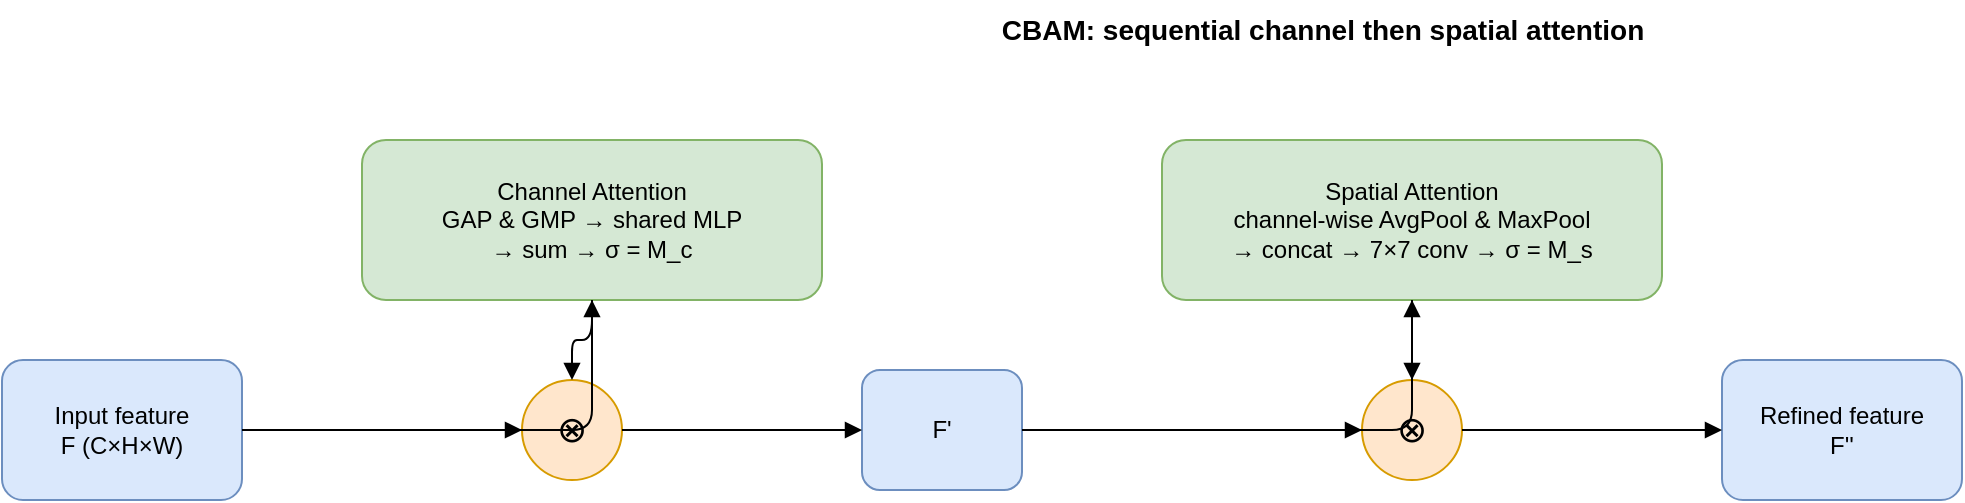
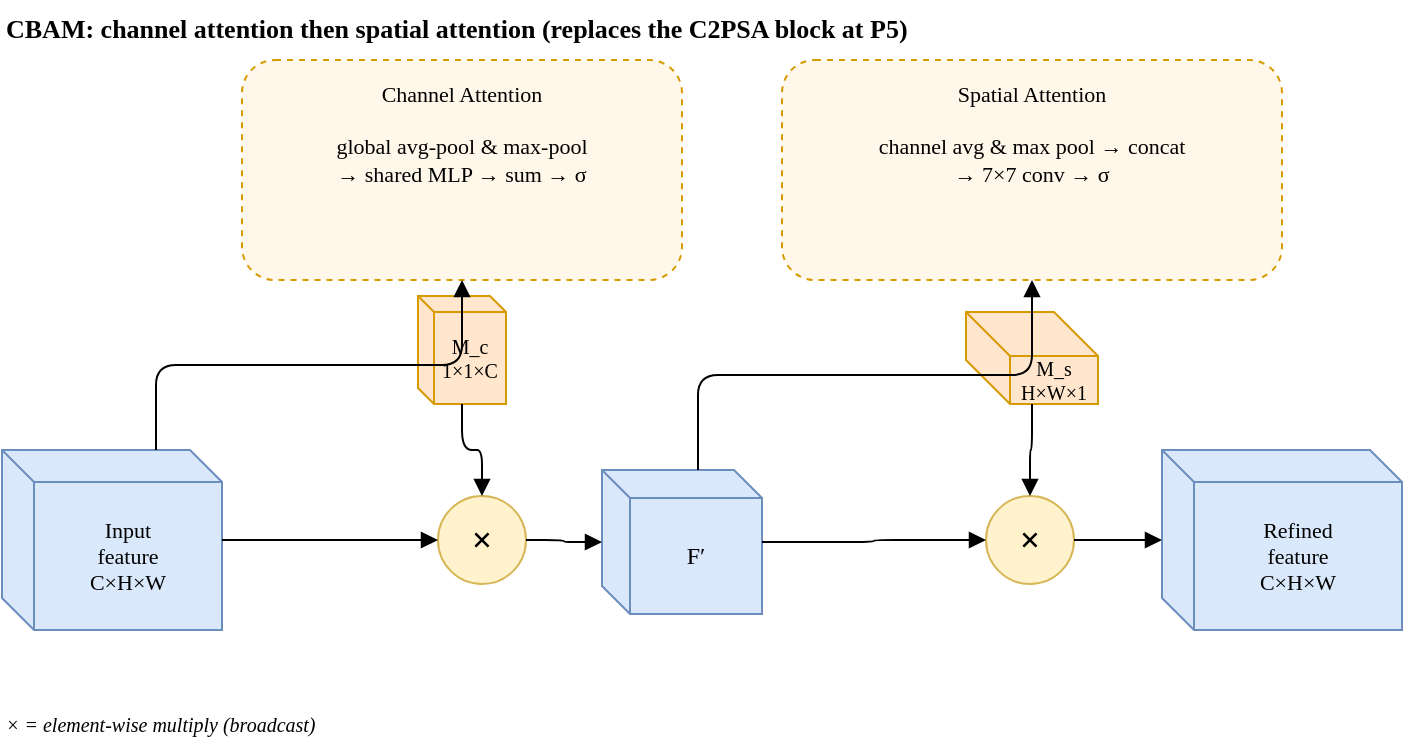
<mxfile host="app.diagrams.net" type="device">
-   <diagram name="CBAM" id="cbam">
-     <mxGraphModel dx="1000" dy="640" grid="1" gridSize="10" guides="1" arrows="1" fold="1" page="1" pageWidth="1400" pageHeight="520" math="0">
+   <diagram name="CBAM module" id="cbam-mod">
+     <mxGraphModel dx="1000" dy="600" grid="1" gridSize="10" guides="1" tooltips="1" connect="1" arrows="1" fold="1" page="1" pageScale="1" pageWidth="960" pageHeight="440" math="0" shadow="0">
      <root>
-         <mxCell id="0"/>
-         <mxCell id="1" parent="0"/>
-         <mxCell id="t" value="CBAM: sequential channel then spatial attention" style="text;html=1;fontSize=14;fontStyle=1;align=center;" vertex="1" parent="1"><mxGeometry x="380" y="20" width="640" height="26" as="geometry"/></mxCell>
+         <mxCell id="0" />
+         <mxCell id="1" parent="0" />

-         <mxCell id="F" value="Input feature&#10;F (C&#215;H&#215;W)" style="rounded=1;whiteSpace=wrap;html=1;fillColor=#dae8fc;strokeColor=#6c8ebf;" vertex="1" parent="1"><mxGeometry x="40" y="200" width="120" height="70" as="geometry"/></mxCell>
+         <mxCell id="ttl" value="CBAM: channel attention then spatial attention (replaces the C2PSA block at P5)" style="text;html=1;fontFamily=Times New Roman;fontSize=13;fontStyle=1;align=left;" vertex="1" parent="1"><mxGeometry x="30" y="10" width="700" height="24" as="geometry" /></mxCell>

-         <mxCell id="CA" value="Channel Attention&#10;GAP &amp; GMP &#8594; shared MLP&#10;&#8594; sum &#8594; &#963;  =  M_c" style="rounded=1;whiteSpace=wrap;html=1;fillColor=#d5e8d4;strokeColor=#82b366;" vertex="1" parent="1"><mxGeometry x="220" y="90" width="230" height="80" as="geometry"/></mxCell>
-         <mxCell id="m1" value="&#8855;" style="ellipse;whiteSpace=wrap;html=1;fillColor=#ffe6cc;strokeColor=#d79b00;fontSize=18;" vertex="1" parent="1"><mxGeometry x="300" y="210" width="50" height="50" as="geometry"/></mxCell>
-         <mxCell id="Fp" value="F'" style="rounded=1;whiteSpace=wrap;html=1;fillColor=#dae8fc;strokeColor=#6c8ebf;" vertex="1" parent="1"><mxGeometry x="470" y="205" width="80" height="60" as="geometry"/></mxCell>
+         <!-- Channel attention (top-left) -->
+         <mxCell id="ca" value="Channel Attention&#10;&#10;global avg-pool &amp; max-pool&#10;&#8594; shared MLP &#8594; sum &#8594; &#963;" style="rounded=1;whiteSpace=wrap;html=1;dashed=1;fillColor=#fff7ea;strokeColor=#d79b00;fontFamily=Times New Roman;fontSize=11;verticalAlign=top;spacingTop=4;" vertex="1" parent="1"><mxGeometry x="150" y="40" width="220" height="110" as="geometry" /></mxCell>
+         <mxCell id="mc" value="M_c&#10;1&#215;1&#215;C" style="shape=cube;whiteSpace=wrap;html=1;boundedLbl=1;backgroundOutline=1;size=8;fillColor=#ffe6cc;strokeColor=#d79b00;fontFamily=Times New Roman;fontSize=10;" vertex="1" parent="1"><mxGeometry x="238" y="158" width="44" height="54" as="geometry" /></mxCell>

-         <mxCell id="SA" value="Spatial Attention&#10;channel-wise AvgPool &amp; MaxPool&#10;&#8594; concat &#8594; 7&#215;7 conv &#8594; &#963;  =  M_s" style="rounded=1;whiteSpace=wrap;html=1;fillColor=#d5e8d4;strokeColor=#82b366;" vertex="1" parent="1"><mxGeometry x="620" y="90" width="250" height="80" as="geometry"/></mxCell>
-         <mxCell id="m2" value="&#8855;" style="ellipse;whiteSpace=wrap;html=1;fillColor=#ffe6cc;strokeColor=#d79b00;fontSize=18;" vertex="1" parent="1"><mxGeometry x="720" y="210" width="50" height="50" as="geometry"/></mxCell>
-         <mxCell id="Fpp" value="Refined feature&#10;F''" style="rounded=1;whiteSpace=wrap;html=1;fillColor=#dae8fc;strokeColor=#6c8ebf;" vertex="1" parent="1"><mxGeometry x="900" y="200" width="120" height="70" as="geometry"/></mxCell>
+         <!-- Spatial attention (top-right) -->
+         <mxCell id="sa" value="Spatial Attention&#10;&#10;channel avg &amp; max pool &#8594; concat&#10;&#8594; 7&#215;7 conv &#8594; &#963;" style="rounded=1;whiteSpace=wrap;html=1;dashed=1;fillColor=#fff7ea;strokeColor=#d79b00;fontFamily=Times New Roman;fontSize=11;verticalAlign=top;spacingTop=4;" vertex="1" parent="1"><mxGeometry x="420" y="40" width="250" height="110" as="geometry" /></mxCell>
+         <mxCell id="ms" value="M_s&#10;H&#215;W&#215;1" style="shape=cube;whiteSpace=wrap;html=1;boundedLbl=1;backgroundOutline=1;size=22;fillColor=#ffe6cc;strokeColor=#d79b00;fontFamily=Times New Roman;fontSize=10;" vertex="1" parent="1"><mxGeometry x="512" y="166" width="66" height="46" as="geometry" /></mxCell>

-         <mxCell id="e1" style="html=1;endArrow=block;edgeStyle=orthogonalEdgeStyle;" edge="1" parent="1" source="F" target="m1"><mxGeometry relative="1" as="geometry"/></mxCell>
-         <mxCell id="e2" style="html=1;endArrow=block;edgeStyle=orthogonalEdgeStyle;" edge="1" parent="1" source="F" target="CA"><mxGeometry relative="1" as="geometry"/></mxCell>
-         <mxCell id="e3" style="html=1;endArrow=block;edgeStyle=orthogonalEdgeStyle;" edge="1" parent="1" source="CA" target="m1"><mxGeometry relative="1" as="geometry"/></mxCell>
-         <mxCell id="e4" style="html=1;endArrow=block;edgeStyle=orthogonalEdgeStyle;" edge="1" parent="1" source="m1" target="Fp"><mxGeometry relative="1" as="geometry"/></mxCell>
-         <mxCell id="e5" style="html=1;endArrow=block;edgeStyle=orthogonalEdgeStyle;" edge="1" parent="1" source="Fp" target="m2"><mxGeometry relative="1" as="geometry"/></mxCell>
-         <mxCell id="e6" style="html=1;endArrow=block;edgeStyle=orthogonalEdgeStyle;" edge="1" parent="1" source="Fp" target="SA"><mxGeometry relative="1" as="geometry"/></mxCell>
-         <mxCell id="e7" style="html=1;endArrow=block;edgeStyle=orthogonalEdgeStyle;" edge="1" parent="1" source="SA" target="m2"><mxGeometry relative="1" as="geometry"/></mxCell>
-         <mxCell id="e8" style="html=1;endArrow=block;edgeStyle=orthogonalEdgeStyle;" edge="1" parent="1" source="m2" target="Fpp"><mxGeometry relative="1" as="geometry"/></mxCell>
+         <!-- Main row -->
+         <mxCell id="F" value="Input&#10;feature&#10;C&#215;H&#215;W" style="shape=cube;whiteSpace=wrap;html=1;boundedLbl=1;backgroundOutline=1;size=16;fillColor=#dae8fc;strokeColor=#6c8ebf;fontFamily=Times New Roman;fontSize=11;" vertex="1" parent="1"><mxGeometry x="30" y="235" width="110" height="90" as="geometry" /></mxCell>
+         <mxCell id="x1" value="&#215;" style="ellipse;whiteSpace=wrap;html=1;fillColor=#fff2cc;strokeColor=#d6b656;fontFamily=Times New Roman;fontSize=18;fontStyle=1;" vertex="1" parent="1"><mxGeometry x="248" y="258" width="44" height="44" as="geometry" /></mxCell>
+         <mxCell id="Fp" value="F&#8242;" style="shape=cube;whiteSpace=wrap;html=1;boundedLbl=1;backgroundOutline=1;size=14;fillColor=#dae8fc;strokeColor=#6c8ebf;fontFamily=Times New Roman;fontSize=12;" vertex="1" parent="1"><mxGeometry x="330" y="245" width="80" height="72" as="geometry" /></mxCell>
+         <mxCell id="x2" value="&#215;" style="ellipse;whiteSpace=wrap;html=1;fillColor=#fff2cc;strokeColor=#d6b656;fontFamily=Times New Roman;fontSize=18;fontStyle=1;" vertex="1" parent="1"><mxGeometry x="522" y="258" width="44" height="44" as="geometry" /></mxCell>
+         <mxCell id="Fpp" value="Refined&#10;feature&#10;C&#215;H&#215;W" style="shape=cube;whiteSpace=wrap;html=1;boundedLbl=1;backgroundOutline=1;size=16;fillColor=#dae8fc;strokeColor=#6c8ebf;fontFamily=Times New Roman;fontSize=11;" vertex="1" parent="1"><mxGeometry x="610" y="235" width="120" height="90" as="geometry" /></mxCell>
+ 
+         <mxCell id="lgx" value="&#215;  =  element-wise multiply (broadcast)" style="text;html=1;fontFamily=Times New Roman;fontSize=10;fontStyle=2;align=left;" vertex="1" parent="1"><mxGeometry x="30" y="360" width="320" height="16" as="geometry" /></mxCell>
+ 
+         <!-- edges -->
+         <mxCell id="e1" style="edgeStyle=orthogonalEdgeStyle;html=1;endArrow=block;exitX=1;exitY=0.5;entryX=0;entryY=0.5;" edge="1" parent="1" source="F" target="x1"><mxGeometry relative="1" as="geometry" /></mxCell>
+         <mxCell id="e2" style="edgeStyle=orthogonalEdgeStyle;html=1;endArrow=block;exitX=0.7;exitY=0;entryX=0.5;entryY=1;" edge="1" parent="1" source="F" target="ca"><mxGeometry relative="1" as="geometry" /></mxCell>
+         <mxCell id="e3" style="edgeStyle=orthogonalEdgeStyle;html=1;endArrow=block;exitX=0.5;exitY=1;entryX=0.5;entryY=0;" edge="1" parent="1" source="mc" target="x1"><mxGeometry relative="1" as="geometry" /></mxCell>
+         <mxCell id="e4" style="edgeStyle=orthogonalEdgeStyle;html=1;endArrow=block;exitX=1;exitY=0.5;entryX=0;entryY=0.5;" edge="1" parent="1" source="x1" target="Fp"><mxGeometry relative="1" as="geometry" /></mxCell>
+         <mxCell id="e5" style="edgeStyle=orthogonalEdgeStyle;html=1;endArrow=block;exitX=1;exitY=0.5;entryX=0;entryY=0.5;" edge="1" parent="1" source="Fp" target="x2"><mxGeometry relative="1" as="geometry" /></mxCell>
+         <mxCell id="e6" style="edgeStyle=orthogonalEdgeStyle;html=1;endArrow=block;exitX=0.6;exitY=0;entryX=0.5;entryY=1;" edge="1" parent="1" source="Fp" target="sa"><mxGeometry relative="1" as="geometry" /></mxCell>
+         <mxCell id="e7" style="edgeStyle=orthogonalEdgeStyle;html=1;endArrow=block;exitX=0.5;exitY=1;entryX=0.5;entryY=0;" edge="1" parent="1" source="ms" target="x2"><mxGeometry relative="1" as="geometry" /></mxCell>
+         <mxCell id="e8" style="edgeStyle=orthogonalEdgeStyle;html=1;endArrow=block;exitX=1;exitY=0.5;entryX=0;entryY=0.5;" edge="1" parent="1" source="x2" target="Fpp"><mxGeometry relative="1" as="geometry" /></mxCell>
      </root>
    </mxGraphModel>
  </diagram>
</mxfile>
